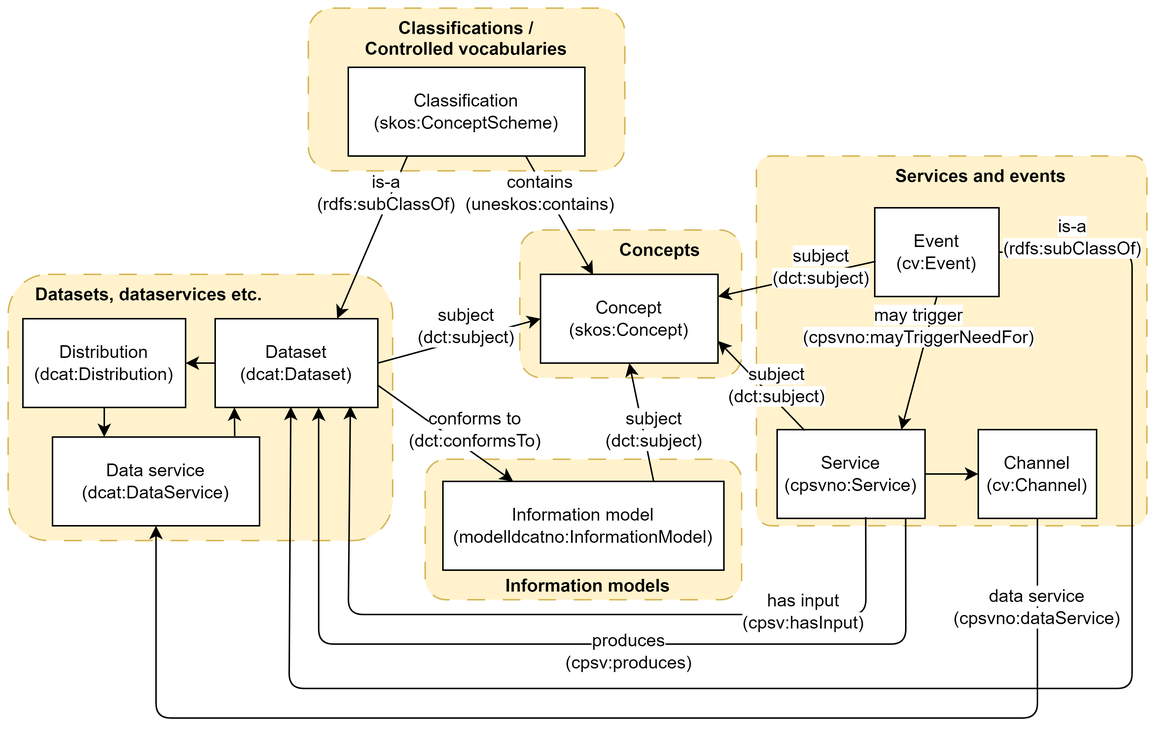
Above: overview/images/crossreferencing-en.png in Informasjonsforvaltning/showroom (draw.io), before the change. Source tidied: cells renumbered, new cells last; positions are measured from the earlier drawing's top-left corner, leaving out a move shared by most shapes.
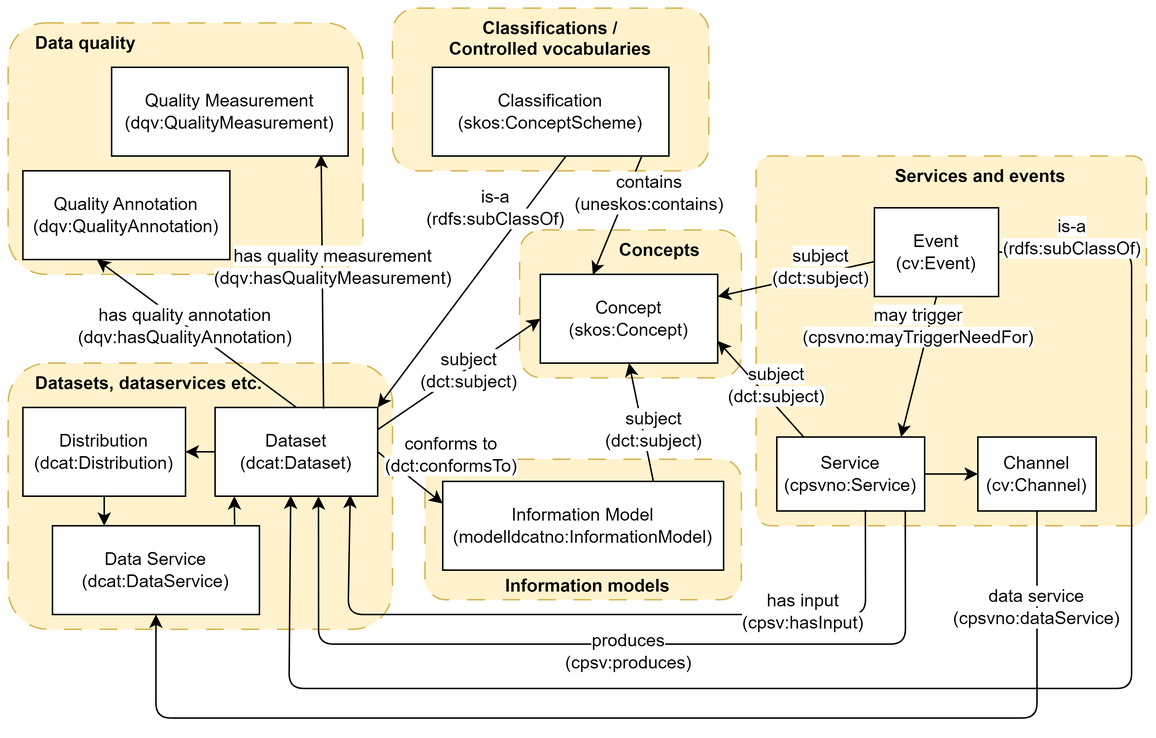
Later version of the same file.

Diff of the diagram source:
```diff
@@ -6,7 +6,7 @@
       <mxGeometry x="506" y="100" width="264" height="250" as="geometry" />
     </mxCell>
     <mxCell id="3" value="&lt;b&gt;&amp;nbsp; &amp;nbsp; &amp;nbsp;Datasets, dataservices etc.&lt;/b&gt;" style="rounded=1;whiteSpace=wrap;html=1;dashed=1;dashPattern=12 12;verticalAlign=top;fillColor=#fff2cc;strokeColor=#d6b656;align=left;" parent="1" vertex="1">
-      <mxGeometry y="180" width="260" height="180" as="geometry" />
+      <mxGeometry y="240" width="260" height="180" as="geometry" />
     </mxCell>
     <mxCell id="4" value="&lt;b&gt;&amp;nbsp; Information models&lt;/b&gt;" style="rounded=1;whiteSpace=wrap;html=1;dashed=1;dashPattern=12 12;verticalAlign=bottom;labelBackgroundColor=none;fillColor=#fff2cc;strokeColor=#d6b656;align=center;" parent="1" vertex="1">
       <mxGeometry x="282" y="305" width="214" height="95" as="geometry" />
@@ -15,43 +15,43 @@
       <mxGeometry x="346" y="150" width="150" height="100" as="geometry" />
     </mxCell>
     <mxCell id="6" value="&lt;b&gt;Classifications / &lt;br&gt;Controlled vocabularies&lt;/b&gt;" style="rounded=1;whiteSpace=wrap;html=1;dashed=1;dashPattern=12 12;verticalAlign=top;labelBackgroundColor=none;fillColor=#fff2cc;strokeColor=#d6b656;" parent="1" vertex="1">
-      <mxGeometry x="203" width="214" height="110" as="geometry" />
+      <mxGeometry x="260" width="214" height="110" as="geometry" />
     </mxCell>
     <mxCell id="7" value="Classification&lt;br&gt;(skos:ConceptScheme)" style="rounded=0;whiteSpace=wrap;html=1;" parent="1" vertex="1">
-      <mxGeometry x="230" y="40" width="160" height="60" as="geometry" />
+      <mxGeometry x="287" y="40" width="160" height="60" as="geometry" />
     </mxCell>
     <mxCell id="8" value="Concept&lt;br&gt;(skos:Concept)" style="rounded=0;whiteSpace=wrap;html=1;" parent="1" vertex="1">
       <mxGeometry x="360" y="180" width="120" height="60" as="geometry" />
     </mxCell>
-    <mxCell id="9" style="endArrow=classic;html=1;rounded=0;exitX=0.75;exitY=1;exitDx=0;exitDy=0;entryX=0.296;entryY=0.006;entryDx=0;entryDy=0;entryPerimeter=0;" parent="1" edge="1" source="7" target="8">
+    <mxCell id="9" style="endArrow=classic;html=1;rounded=0;exitX=0.885;exitY=1.004;exitDx=0;exitDy=0;entryX=0.296;entryY=0.006;entryDx=0;entryDy=0;entryPerimeter=0;exitPerimeter=0;" parent="1" edge="1" source="7" target="8">
       <mxGeometry relative="1" as="geometry" />
     </mxCell>
     <mxCell id="10" value="contains&lt;br&gt;(uneskos:contains)" style="text;html=1;strokeColor=none;fillColor=none;align=center;verticalAlign=middle;whiteSpace=wrap;rounded=0;labelBackgroundColor=default;" parent="1" vertex="1">
-      <mxGeometry x="330" y="110" width="60" height="30" as="geometry" />
+      <mxGeometry x="404" y="110" width="60" height="30" as="geometry" />
     </mxCell>
     <mxCell id="11" value="Dataset&lt;br&gt;(dcat:Dataset)" style="rounded=0;whiteSpace=wrap;html=1;" parent="1" vertex="1">
-      <mxGeometry x="140" y="210" width="110" height="60" as="geometry" />
+      <mxGeometry x="140" y="270" width="110" height="60" as="geometry" />
     </mxCell>
-    <mxCell id="12" style="endArrow=classic;html=1;rounded=0;entryX=0.75;entryY=0;entryDx=0;entryDy=0;endFill=1;exitX=0.25;exitY=1;exitDx=0;exitDy=0;" parent="1" edge="1" source="7" target="11">
+    <mxCell id="12" style="endArrow=classic;html=1;rounded=0;entryX=1;entryY=0;entryDx=0;entryDy=0;endFill=1;exitX=0.564;exitY=1.004;exitDx=0;exitDy=0;exitPerimeter=0;" parent="1" edge="1" source="7" target="11">
       <mxGeometry relative="1" as="geometry" />
     </mxCell>
-    <mxCell id="13" value="Information model&lt;br&gt;(modelldcatno:InformationModel)" style="rounded=0;whiteSpace=wrap;html=1;" parent="1" vertex="1">
+    <mxCell id="13" value="Information Model&lt;br&gt;(modelldcatno:InformationModel)" style="rounded=0;whiteSpace=wrap;html=1;" parent="1" vertex="1">
       <mxGeometry x="294" y="320" width="190" height="60" as="geometry" />
     </mxCell>
-    <mxCell id="14" style="endArrow=classic;html=1;rounded=0;exitX=1;exitY=0.75;exitDx=0;exitDy=0;entryX=0.25;entryY=0;entryDx=0;entryDy=0;" parent="1" edge="1" source="11" target="13">
+    <mxCell id="14" style="endArrow=classic;html=1;rounded=0;exitX=1;exitY=0.5;exitDx=0;exitDy=0;entryX=0;entryY=0.25;entryDx=0;entryDy=0;" parent="1" edge="1" source="11" target="13">
       <mxGeometry relative="1" as="geometry" />
     </mxCell>
     <mxCell id="15" value="&lt;span style=&quot;background-color: rgb(255, 255, 255);&quot;&gt;conforms to&lt;br&gt;(dct:conformsTo)&lt;/span&gt;" style="text;html=1;strokeColor=none;fillColor=none;align=center;verticalAlign=middle;whiteSpace=wrap;rounded=0;labelBackgroundColor=none;" parent="1" vertex="1">
-      <mxGeometry x="286" y="270" width="60" height="30" as="geometry" />
+      <mxGeometry x="270" y="290" width="60" height="25" as="geometry" />
     </mxCell>
-    <mxCell id="16" style="endArrow=classic;html=1;rounded=0;exitX=1;exitY=0.5;exitDx=0;exitDy=0;entryX=0;entryY=0.5;entryDx=0;entryDy=0;" parent="1" edge="1" source="11" target="8">
+    <mxCell id="16" style="endArrow=classic;html=1;rounded=0;exitX=1;exitY=0.25;exitDx=0;exitDy=0;entryX=0;entryY=0.5;entryDx=0;entryDy=0;" parent="1" edge="1" source="11" target="8">
       <mxGeometry relative="1" as="geometry" />
     </mxCell>
     <mxCell id="17" value="&lt;span style=&quot;background-color: rgb(255, 255, 255);&quot;&gt;subject&lt;br&gt;(dct:subject)&lt;/span&gt;" style="text;html=1;strokeColor=none;fillColor=none;align=center;verticalAlign=middle;whiteSpace=wrap;rounded=0;labelBackgroundColor=none;" parent="1" vertex="1">
-      <mxGeometry x="280" y="200" width="60" height="30" as="geometry" />
+      <mxGeometry x="282" y="230" width="60" height="30" as="geometry" />
     </mxCell>
     <mxCell id="18" value="&lt;span style=&quot;background-color: rgb(255, 255, 255);&quot;&gt;is-a&lt;br&gt;(rdfs:subClassOf)&lt;/span&gt;" style="text;html=1;strokeColor=none;fillColor=none;align=center;verticalAlign=middle;whiteSpace=wrap;rounded=0;labelBackgroundColor=none;" parent="1" vertex="1">
-      <mxGeometry x="226" y="110" width="60" height="30" as="geometry" />
+      <mxGeometry x="300" y="120" width="60" height="30" as="geometry" />
     </mxCell>
     <mxCell id="19" style="endArrow=classic;html=1;rounded=0;exitX=0.75;exitY=0;exitDx=0;exitDy=0;entryX=0.5;entryY=1;entryDx=0;entryDy=0;" parent="1" edge="1" source="13" target="8">
       <mxGeometry relative="1" as="geometry" />
@@ -60,7 +60,7 @@
       <mxGeometry x="407" y="270" width="60" height="30" as="geometry" />
     </mxCell>
     <mxCell id="21" value="Service&lt;br&gt;(cpsvno:Service)" style="rounded=0;whiteSpace=wrap;html=1;" parent="1" vertex="1">
-      <mxGeometry x="520" y="285" width="100" height="60" as="geometry" />
+      <mxGeometry x="520" y="290" width="100" height="50" as="geometry" />
     </mxCell>
     <mxCell id="22" value="Event&lt;br&gt;(cv:Event)" style="rounded=0;whiteSpace=wrap;html=1;" parent="1" vertex="1">
       <mxGeometry x="586" y="135" width="84" height="60" as="geometry" />
@@ -118,10 +118,10 @@
       <mxGeometry x="690" y="140" width="60" height="30" as="geometry" />
     </mxCell>
     <mxCell id="35" value="Distribution&lt;br&gt;(dcat:Distribution)" style="rounded=0;whiteSpace=wrap;html=1;" parent="1" vertex="1">
-      <mxGeometry x="10" y="210" width="110" height="60" as="geometry" />
+      <mxGeometry x="10" y="270" width="110" height="60" as="geometry" />
     </mxCell>
-    <mxCell id="36" value="Data service&lt;br&gt;(dcat:DataService)" style="rounded=0;whiteSpace=wrap;html=1;" parent="1" vertex="1">
-      <mxGeometry x="30" y="290" width="140" height="60" as="geometry" />
+    <mxCell id="36" value="Data Service&lt;br&gt;(dcat:DataService)" style="rounded=0;whiteSpace=wrap;html=1;" parent="1" vertex="1">
+      <mxGeometry x="30" y="350" width="140" height="60" as="geometry" />
     </mxCell>
     <mxCell id="37" style="endArrow=classic;html=1;rounded=0;entryX=1;entryY=0.5;entryDx=0;entryDy=0;exitX=0;exitY=0.5;exitDx=0;exitDy=0;" parent="1" edge="1" source="11" target="35">
       <mxGeometry relative="1" as="geometry" />
@@ -131,11 +131,11 @@
     </mxCell>
     <mxCell id="39" style="endArrow=classic;html=1;rounded=0;exitX=0.88;exitY=-0.01;exitDx=0;exitDy=0;exitPerimeter=0;" parent="1" edge="1" source="36">
       <mxGeometry relative="1" as="geometry">
-        <mxPoint x="153" y="270" as="targetPoint" />
+        <mxPoint x="153" y="330" as="targetPoint" />
       </mxGeometry>
     </mxCell>
     <mxCell id="40" value="Channel&lt;br&gt;(cv:Channel)" style="rounded=0;whiteSpace=wrap;html=1;" parent="1" vertex="1">
-      <mxGeometry x="656" y="285" width="80" height="60" as="geometry" />
+      <mxGeometry x="656" y="290" width="80" height="50" as="geometry" />
     </mxCell>
     <mxCell id="41" style="endArrow=classic;html=1;rounded=1;exitX=0.5;exitY=1;exitDx=0;exitDy=0;" parent="1" edge="1" source="40" target="36">
       <mxGeometry relative="1" as="geometry">
@@ -151,5 +151,26 @@
     <mxCell id="43" value="&lt;span style=&quot;background-color: rgb(255, 255, 255);&quot;&gt;data service&lt;br&gt;(cpsvno:dataService)&lt;/span&gt;" style="text;html=1;strokeColor=none;fillColor=none;align=center;verticalAlign=middle;whiteSpace=wrap;rounded=0;labelBackgroundColor=none;" parent="1" vertex="1">
       <mxGeometry x="666" y="390" width="60" height="30" as="geometry" />
     </mxCell>
+    <mxCell id="44" value="&lt;b&gt;&amp;nbsp; &amp;nbsp; &amp;nbsp;Data quality&lt;/b&gt;" style="rounded=1;whiteSpace=wrap;html=1;dashed=1;dashPattern=12 12;verticalAlign=top;labelBackgroundColor=none;fillColor=#fff2cc;strokeColor=#d6b656;align=left;" parent="1" vertex="1">
+      <mxGeometry y="10" width="240" height="170" as="geometry" />
+    </mxCell>
+    <mxCell id="45" value="Quality Measurement&lt;br&gt;(dqv:QualityMeasurement)" style="rounded=0;whiteSpace=wrap;html=1;" parent="1" vertex="1">
+      <mxGeometry x="70" y="40" width="160" height="60" as="geometry" />
+    </mxCell>
+    <mxCell id="46" value="Quality Annotation&lt;br&gt;(dqv:QualityAnnotation)" style="rounded=0;whiteSpace=wrap;html=1;" parent="1" vertex="1">
+      <mxGeometry x="10" y="110" width="140" height="60" as="geometry" />
+    </mxCell>
+    <mxCell id="47" style="endArrow=classic;html=1;rounded=0;endFill=1;exitX=0.5;exitY=0;exitDx=0;exitDy=0;entryX=0.357;entryY=1;entryDx=0;entryDy=0;entryPerimeter=0;" parent="1" edge="1" source="11" target="46">
+      <mxGeometry relative="1" as="geometry" />
+    </mxCell>
+    <mxCell id="48" style="endArrow=classic;html=1;rounded=0;endFill=1;exitX=0.667;exitY=0.012;exitDx=0;exitDy=0;exitPerimeter=0;entryX=0.886;entryY=0.987;entryDx=0;entryDy=0;entryPerimeter=0;" parent="1" edge="1" source="11" target="45">
+      <mxGeometry relative="1" as="geometry" />
+    </mxCell>
+    <mxCell id="49" value="&lt;span style=&quot;background-color: rgb(255, 255, 255);&quot;&gt;has quality measurement&lt;br&gt;(dqv:hasQualityMeasurement)&lt;br&gt;&lt;/span&gt;" style="text;html=1;strokeColor=none;fillColor=none;align=center;verticalAlign=middle;whiteSpace=wrap;rounded=0;labelBackgroundColor=none;" parent="1" vertex="1">
+      <mxGeometry x="140" y="160" width="160" height="30" as="geometry" />
+    </mxCell>
+    <mxCell id="50" value="&lt;span style=&quot;background-color: rgb(255, 255, 255);&quot;&gt;has quality annotation&lt;br&gt;(dqv:hasQualityAnnotation)&lt;br&gt;&lt;/span&gt;" style="text;html=1;strokeColor=none;fillColor=none;align=center;verticalAlign=middle;whiteSpace=wrap;rounded=0;labelBackgroundColor=none;" parent="1" vertex="1">
+      <mxGeometry x="40" y="200" width="160" height="30" as="geometry" />
+    </mxCell>
   </root>
 </mxGraphModel>
```
